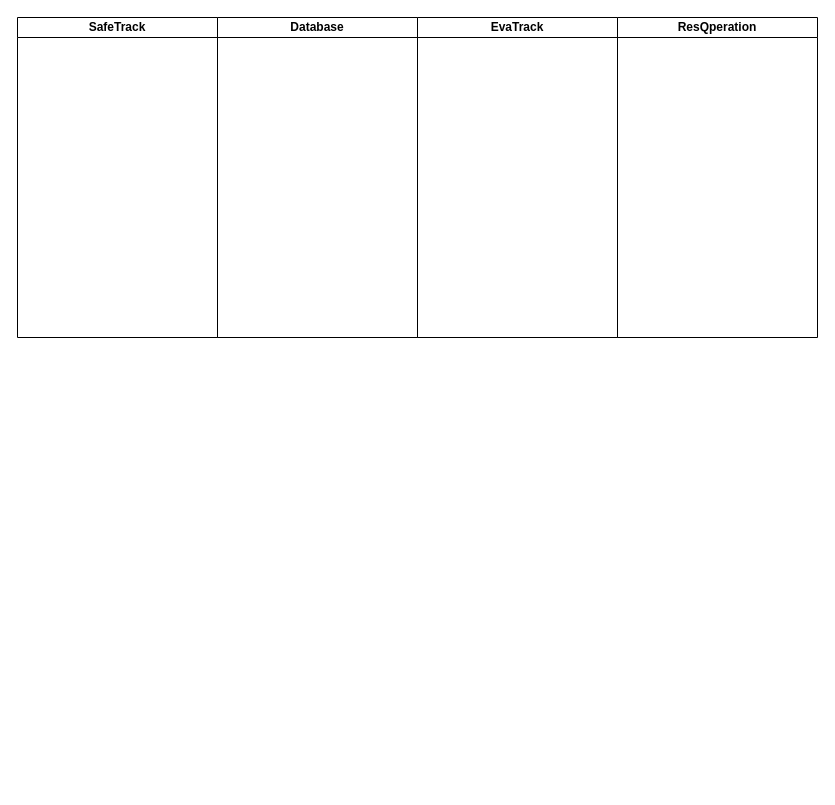
The draw.io diagram page "Page-2" (2 of 2) of docs/sys.drawio in klint-droid/EvaTrack, before the edit. Source tidied: cells renumbered, new cells numbered last; positions are measured from the earlier drawing's top-left corner, leaving out a move shared by most shapes. Both pictures are drawn from the tidied source at 100%, with x=0, y=0 at pixel (17, 17).
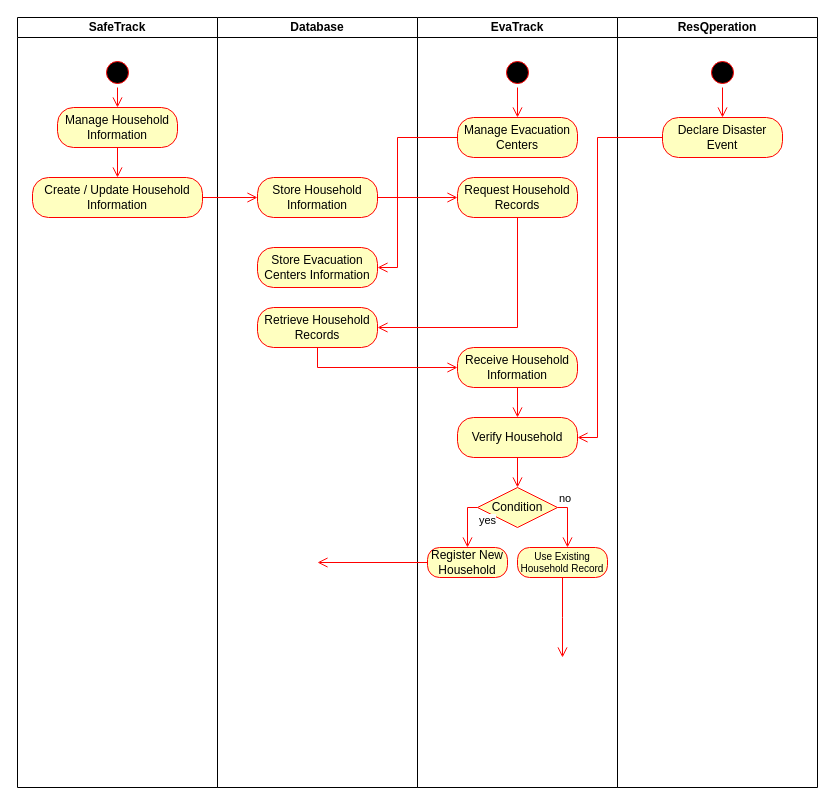
Above is the later version.

What changed in the source:
```diff
@@
     <mxCell id="2" value="SafeTrack" style="swimlane;startSize=20;whiteSpace=wrap;html=1;" parent="1" vertex="1">
-      <mxGeometry width="200" height="320" as="geometry" />
+      <mxGeometry width="200" height="770" as="geometry" />
     </mxCell>
+    <mxCell id="6" style="ellipse;html=1;shape=startState;fillColor=#000000;strokeColor=#ff0000;" parent="2" vertex="1">
+      <mxGeometry x="85" y="40" width="30" height="30" as="geometry" />
+    </mxCell>
+    <mxCell id="7" style="edgeStyle=orthogonalEdgeStyle;html=1;verticalAlign=bottom;endArrow=open;endSize=8;strokeColor=#ff0000;rounded=0;defaultLabelBackgroundColor=page;labelPadding=0 4;entryX=0.5;entryY=0;entryDx=0;entryDy=0;" parent="2" edge="1" source="6" target="8">
+      <mxGeometry relative="1" as="geometry" />
+    </mxCell>
+    <mxCell id="8" value="Manage Household Information" style="rounded=1;whiteSpace=wrap;html=1;arcSize=40;fontColor=#000000;fillColor=#ffffc0;strokeColor=#ff0000;" parent="2" vertex="1">
+      <mxGeometry x="40" y="90" width="120" height="40" as="geometry" />
+    </mxCell>
+    <mxCell id="9" value="Create / Update Household Information" style="rounded=1;whiteSpace=wrap;html=1;arcSize=40;fontColor=#000000;fillColor=#ffffc0;strokeColor=#ff0000;" parent="2" vertex="1">
+      <mxGeometry x="15" y="160" width="170" height="40" as="geometry" />
+    </mxCell>
+    <mxCell id="10" style="edgeStyle=orthogonalEdgeStyle;html=1;verticalAlign=bottom;endArrow=open;endSize=8;strokeColor=#ff0000;rounded=0;defaultLabelBackgroundColor=page;labelPadding=0 4;" parent="2" edge="1" source="8" target="9">
+      <mxGeometry relative="1" as="geometry" />
+    </mxCell>
     <mxCell id="3" value="Database" style="swimlane;startSize=20;whiteSpace=wrap;html=1;" parent="1" vertex="1">
-      <mxGeometry x="200" width="200" height="320" as="geometry" />
+      <mxGeometry x="200" width="200" height="770" as="geometry" />
     </mxCell>
+    <mxCell id="11" value="Store Household Information" style="rounded=1;whiteSpace=wrap;html=1;arcSize=40;fontColor=#000000;fillColor=#ffffc0;strokeColor=#ff0000;" parent="3" vertex="1">
+      <mxGeometry x="40" y="160" width="120" height="40" as="geometry" />
+    </mxCell>
+    <mxCell id="12" value="Store Evacuation Centers Information" style="rounded=1;whiteSpace=wrap;html=1;arcSize=40;fontColor=#000000;fillColor=#ffffc0;strokeColor=#ff0000;" parent="3" vertex="1">
+      <mxGeometry x="40" y="230" width="120" height="40" as="geometry" />
+    </mxCell>
+    <mxCell id="13" value="Retrieve Household Records" style="rounded=1;whiteSpace=wrap;html=1;arcSize=40;fontColor=#000000;fillColor=#ffffc0;strokeColor=#ff0000;" parent="3" vertex="1">
+      <mxGeometry x="40" y="290" width="120" height="40" as="geometry" />
+    </mxCell>
     <mxCell id="4" value="EvaTrack" style="swimlane;startSize=20;whiteSpace=wrap;html=1;" parent="1" vertex="1">
-      <mxGeometry x="400" width="200" height="320" as="geometry" />
+      <mxGeometry x="400" width="200" height="770" as="geometry" />
     </mxCell>
+    <mxCell id="14" style="ellipse;html=1;shape=startState;fillColor=#000000;strokeColor=#ff0000;" parent="4" vertex="1">
+      <mxGeometry x="85" y="40" width="30" height="30" as="geometry" />
+    </mxCell>
+    <mxCell id="15" style="edgeStyle=orthogonalEdgeStyle;html=1;verticalAlign=bottom;endArrow=open;endSize=8;strokeColor=#ff0000;rounded=0;defaultLabelBackgroundColor=page;labelPadding=0 4;" parent="4" edge="1" source="14" target="16">
+      <mxGeometry relative="1" as="geometry" />
+    </mxCell>
+    <mxCell id="16" value="Manage Evacuation Centers" style="rounded=1;whiteSpace=wrap;html=1;arcSize=40;fontColor=#000000;fillColor=#ffffc0;strokeColor=#ff0000;" parent="4" vertex="1">
+      <mxGeometry x="40" y="100" width="120" height="40" as="geometry" />
+    </mxCell>
+    <mxCell id="17" value="Request Household Records" style="rounded=1;whiteSpace=wrap;html=1;arcSize=40;fontColor=#000000;fillColor=#ffffc0;strokeColor=#ff0000;" parent="4" vertex="1">
+      <mxGeometry x="40" y="160" width="120" height="40" as="geometry" />
+    </mxCell>
+    <mxCell id="18" value="Receive Household Information" style="rounded=1;whiteSpace=wrap;html=1;arcSize=40;fontColor=#000000;fillColor=#ffffc0;strokeColor=#ff0000;" parent="4" vertex="1">
+      <mxGeometry x="40" y="330" width="120" height="40" as="geometry" />
+    </mxCell>
+    <mxCell id="19" style="edgeStyle=orthogonalEdgeStyle;html=1;verticalAlign=bottom;endArrow=open;endSize=8;strokeColor=#ff0000;rounded=0;defaultLabelBackgroundColor=page;labelPadding=0 4;entryX=0.5;entryY=0;entryDx=0;entryDy=0;" parent="4" edge="1" source="18" target="20">
+      <mxGeometry relative="1" as="geometry" />
+    </mxCell>
+    <mxCell id="20" value="Verify Household" style="rounded=1;whiteSpace=wrap;html=1;arcSize=40;fontColor=#000000;fillColor=#ffffc0;strokeColor=#ff0000;" parent="4" vertex="1">
+      <mxGeometry x="40" y="400" width="120" height="40" as="geometry" />
+    </mxCell>
+    <mxCell id="21" style="edgeStyle=orthogonalEdgeStyle;html=1;verticalAlign=bottom;endArrow=open;endSize=8;strokeColor=#ff0000;rounded=0;defaultLabelBackgroundColor=page;labelPadding=0 4;entryX=0.5;entryY=0;entryDx=0;entryDy=0;" parent="4" edge="1" source="20" target="22">
+      <mxGeometry relative="1" as="geometry" />
+    </mxCell>
+    <mxCell id="22" value="Condition" style="rhombus;whiteSpace=wrap;html=1;fontColor=#000000;fillColor=#ffffc0;strokeColor=#ff0000;" parent="4" vertex="1">
+      <mxGeometry x="60" y="470" width="80" height="40" as="geometry" />
+    </mxCell>
+    <mxCell id="23" value="no" style="edgeStyle=orthogonalEdgeStyle;html=1;align=left;verticalAlign=bottom;endArrow=open;endSize=8;strokeColor=#ff0000;rounded=0;defaultLabelBackgroundColor=page;labelPadding=0 4;exitX=1;exitY=0.5;exitDx=0;exitDy=0;" parent="4" edge="1" source="22" target="27">
+      <mxGeometry x="-1" relative="1" as="geometry">
+        <Array as="points">
+          <mxPoint x="150" y="490" />
+        </Array>
+      </mxGeometry>
+    </mxCell>
+    <mxCell id="24" value="yes" style="edgeStyle=orthogonalEdgeStyle;html=1;align=left;verticalAlign=top;endArrow=open;endSize=8;strokeColor=#ff0000;rounded=0;defaultLabelBackgroundColor=page;labelPadding=0 4;exitX=0;exitY=0.5;exitDx=0;exitDy=0;entryX=0.5;entryY=0;entryDx=0;entryDy=0;" parent="4" edge="1" source="22" target="25">
+      <mxGeometry x="-1" relative="1" as="geometry" />
+    </mxCell>
+    <mxCell id="25" value="Register New Household" style="rounded=1;whiteSpace=wrap;html=1;arcSize=40;fontColor=#000000;fillColor=#ffffc0;strokeColor=#ff0000;" parent="4" vertex="1">
+      <mxGeometry x="10" y="530" width="80" height="30" as="geometry" />
+    </mxCell>
+    <mxCell id="26" style="edgeStyle=orthogonalEdgeStyle;html=1;verticalAlign=bottom;endArrow=open;endSize=8;strokeColor=#ff0000;rounded=0;defaultLabelBackgroundColor=page;labelPadding=0 4;exitX=0;exitY=0.5;exitDx=0;exitDy=0;" parent="4" edge="1" source="25">
+      <mxGeometry relative="1" as="geometry">
+        <mxPoint x="-100" y="545" as="targetPoint" />
+      </mxGeometry>
+    </mxCell>
+    <mxCell id="27" value="Use Existing Household Record" style="rounded=1;whiteSpace=wrap;html=1;arcSize=40;fontColor=#000000;fillColor=#ffffc0;strokeColor=#ff0000;fontSize=10;" parent="4" vertex="1">
+      <mxGeometry x="100" y="530" width="90" height="30" as="geometry" />
+    </mxCell>
+    <mxCell id="28" style="edgeStyle=orthogonalEdgeStyle;html=1;verticalAlign=bottom;endArrow=open;endSize=8;strokeColor=#ff0000;rounded=0;defaultLabelBackgroundColor=page;labelPadding=0 4;" parent="4" edge="1" source="27">
+      <mxGeometry relative="1" as="geometry">
+        <mxPoint x="145" y="640" as="targetPoint" />
+      </mxGeometry>
+    </mxCell>
     <mxCell id="5" value="ResQperation" style="swimlane;startSize=20;whiteSpace=wrap;html=1;" parent="1" vertex="1">
-      <mxGeometry x="600" width="200" height="320" as="geometry" />
+      <mxGeometry x="600" width="200" height="770" as="geometry" />
     </mxCell>
+    <mxCell id="29" style="ellipse;html=1;shape=startState;fillColor=#000000;strokeColor=#ff0000;" parent="5" vertex="1">
+      <mxGeometry x="90" y="40" width="30" height="30" as="geometry" />
+    </mxCell>
+    <mxCell id="30" style="edgeStyle=orthogonalEdgeStyle;html=1;verticalAlign=bottom;endArrow=open;endSize=8;strokeColor=#ff0000;rounded=0;defaultLabelBackgroundColor=page;labelPadding=0 4;entryX=0.5;entryY=0;entryDx=0;entryDy=0;" parent="5" edge="1" source="29" target="31">
+      <mxGeometry relative="1" as="geometry" />
+    </mxCell>
+    <mxCell id="31" value="Declare Disaster Event" style="rounded=1;whiteSpace=wrap;html=1;arcSize=40;fontColor=#000000;fillColor=#ffffc0;strokeColor=#ff0000;" parent="5" vertex="1">
+      <mxGeometry x="45" y="100" width="120" height="40" as="geometry" />
+    </mxCell>
+    <mxCell id="32" style="edgeStyle=orthogonalEdgeStyle;html=1;verticalAlign=bottom;endArrow=open;endSize=8;strokeColor=#ff0000;rounded=0;defaultLabelBackgroundColor=page;labelPadding=0 4;entryX=0;entryY=0.5;entryDx=0;entryDy=0;" parent="1" edge="1" source="9" target="11">
+      <mxGeometry relative="1" as="geometry" />
+    </mxCell>
+    <mxCell id="33" style="edgeStyle=orthogonalEdgeStyle;html=1;verticalAlign=bottom;endArrow=open;endSize=8;strokeColor=#ff0000;rounded=0;defaultLabelBackgroundColor=page;labelPadding=0 4;entryX=1;entryY=0.5;entryDx=0;entryDy=0;exitX=0;exitY=0.5;exitDx=0;exitDy=0;" parent="1" edge="1" source="16" target="12">
+      <mxGeometry x="0.63" relative="1" as="geometry">
+        <Array as="points">
+          <mxPoint x="380" y="120" />
+          <mxPoint x="380" y="250" />
+        </Array>
+      </mxGeometry>
+    </mxCell>
+    <mxCell id="34" style="edgeStyle=orthogonalEdgeStyle;html=1;verticalAlign=bottom;endArrow=open;endSize=8;strokeColor=#ff0000;rounded=0;defaultLabelBackgroundColor=page;labelPadding=0 4;entryX=0;entryY=0.5;entryDx=0;entryDy=0;exitX=1;exitY=0.5;exitDx=0;exitDy=0;" parent="1" edge="1" source="11" target="17">
+      <mxGeometry x="-0.76" relative="1" as="geometry">
+        <Array as="points">
+          <mxPoint x="440" y="180" />
+        </Array>
+      </mxGeometry>
+    </mxCell>
+    <mxCell id="35" style="edgeStyle=orthogonalEdgeStyle;html=1;verticalAlign=bottom;endArrow=open;endSize=8;strokeColor=#ff0000;rounded=0;defaultLabelBackgroundColor=page;labelPadding=0 4;entryX=1;entryY=0.5;entryDx=0;entryDy=0;" parent="1" edge="1" source="17" target="13">
+      <mxGeometry relative="1" as="geometry">
+        <Array as="points">
+          <mxPoint x="500" y="310" />
+        </Array>
+      </mxGeometry>
+    </mxCell>
+    <mxCell id="36" style="edgeStyle=orthogonalEdgeStyle;html=1;verticalAlign=bottom;endArrow=open;endSize=8;strokeColor=#ff0000;rounded=0;defaultLabelBackgroundColor=page;labelPadding=0 4;exitX=0.5;exitY=1;exitDx=0;exitDy=0;entryX=0;entryY=0.5;entryDx=0;entryDy=0;" parent="1" edge="1" source="13" target="18">
+      <mxGeometry x="0.82" relative="1" as="geometry" />
+    </mxCell>
+    <mxCell id="37" style="edgeStyle=orthogonalEdgeStyle;html=1;verticalAlign=bottom;endArrow=open;endSize=8;strokeColor=#ff0000;rounded=0;defaultLabelBackgroundColor=page;labelPadding=0 4;entryX=1;entryY=0.5;entryDx=0;entryDy=0;" parent="1" edge="1" source="31" target="20">
+      <mxGeometry relative="1" as="geometry">
+        <Array as="points">
+          <mxPoint x="580" y="120" />
+          <mxPoint x="580" y="420" />
+        </Array>
+      </mxGeometry>
+    </mxCell>
```
